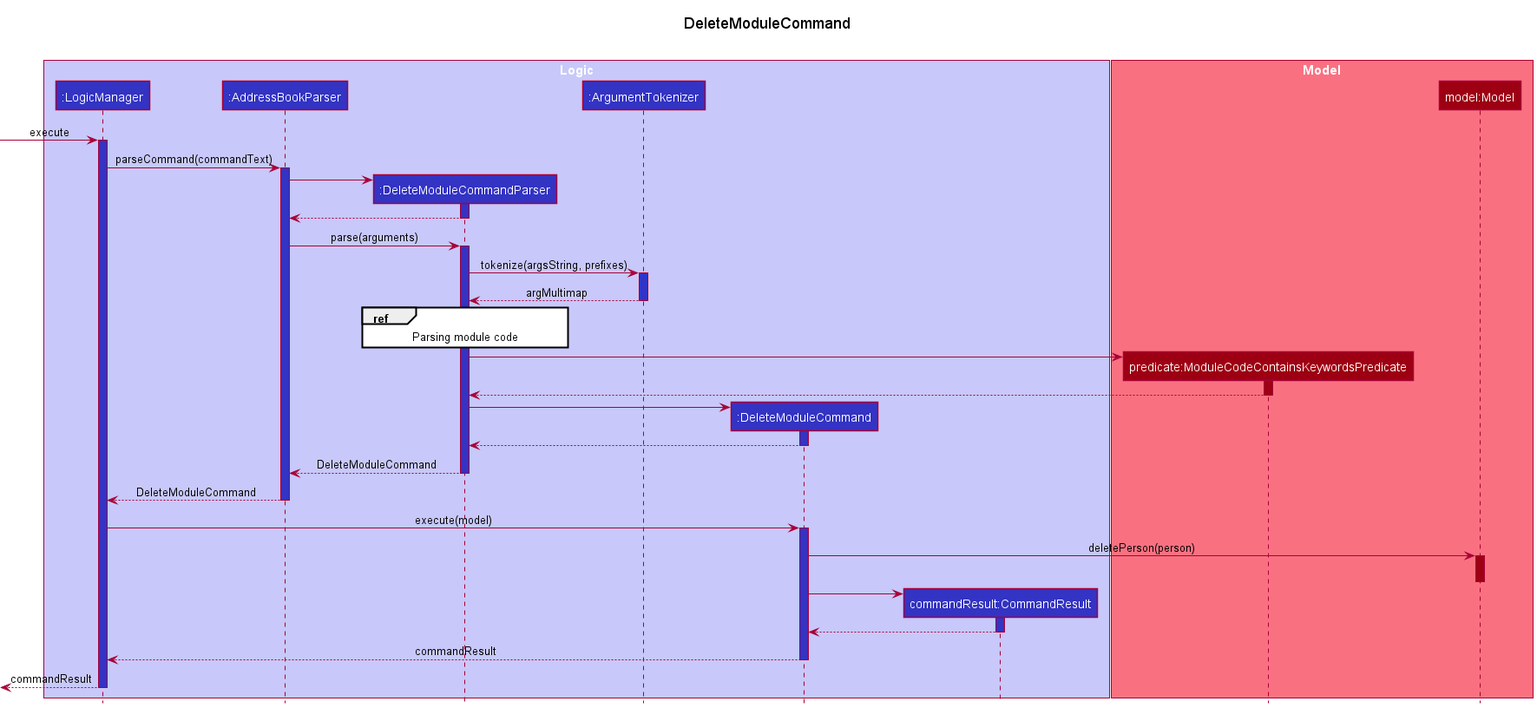
Above: docs/images/DeleteModuleCommandSequenceDiagram-1.png in nus-cs2103-AY2122S2/tp (PlantUML), before the change.
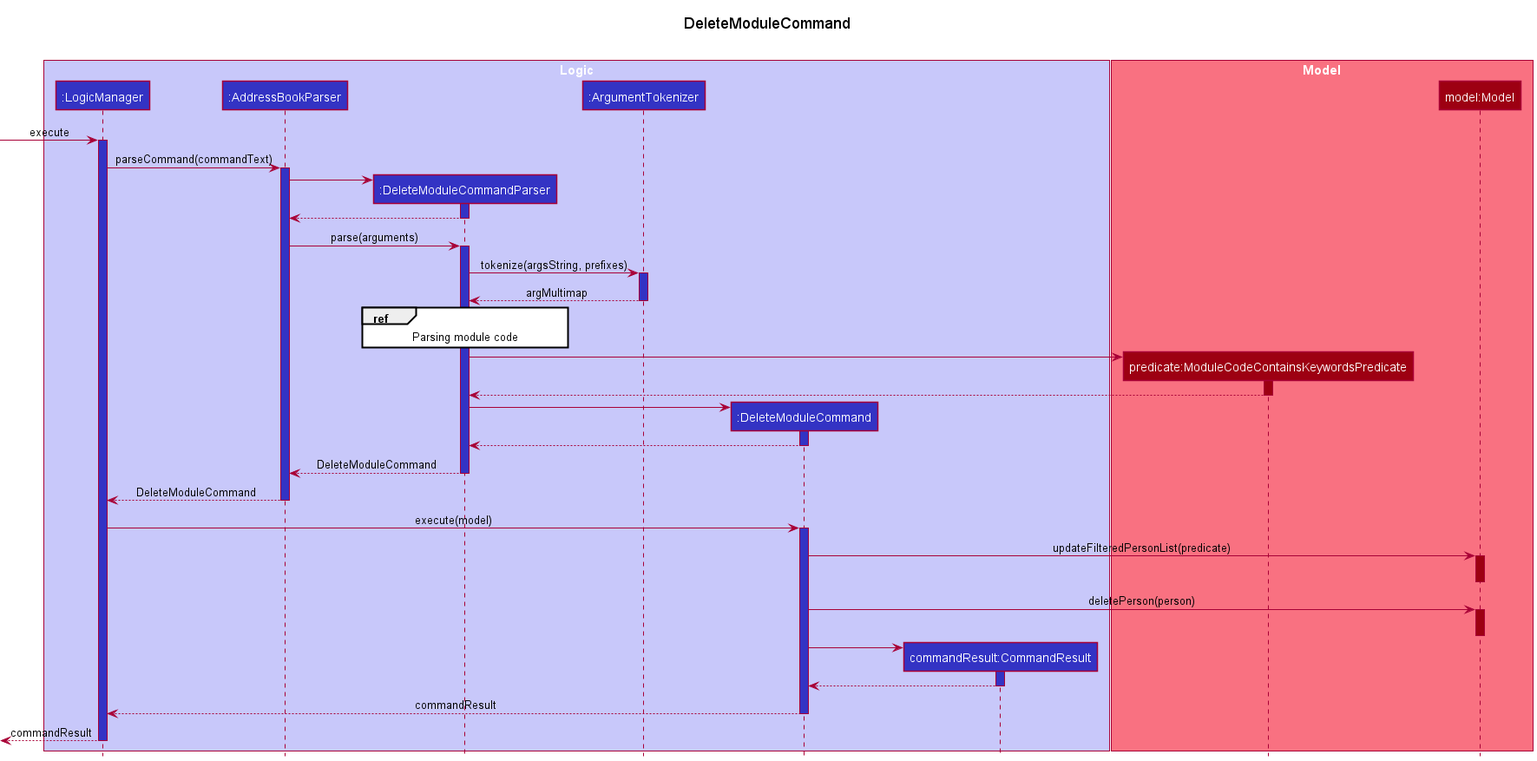
After the change.

Change to the diagram source:
```diff
@@ -53,6 +53,8 @@
 AddressBookParser --> LogicManager -- LOGIC_COLOR: DeleteModuleCommand
 
 LogicManager -> DeleteModuleCommand ++ LOGIC_COLOR: execute(model)
+DeleteModuleCommand -> Model ++ MODEL_COLOR: updateFilteredPersonList(predicate)
+deactivate Model
 DeleteModuleCommand -> Model ++ MODEL_COLOR: deletePerson(person)
 deactivate Model
 
```
